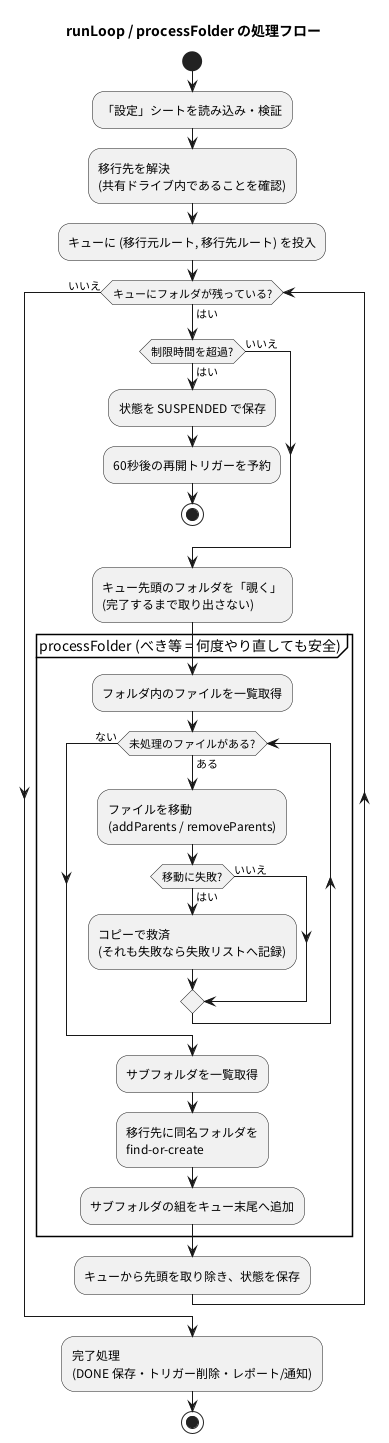
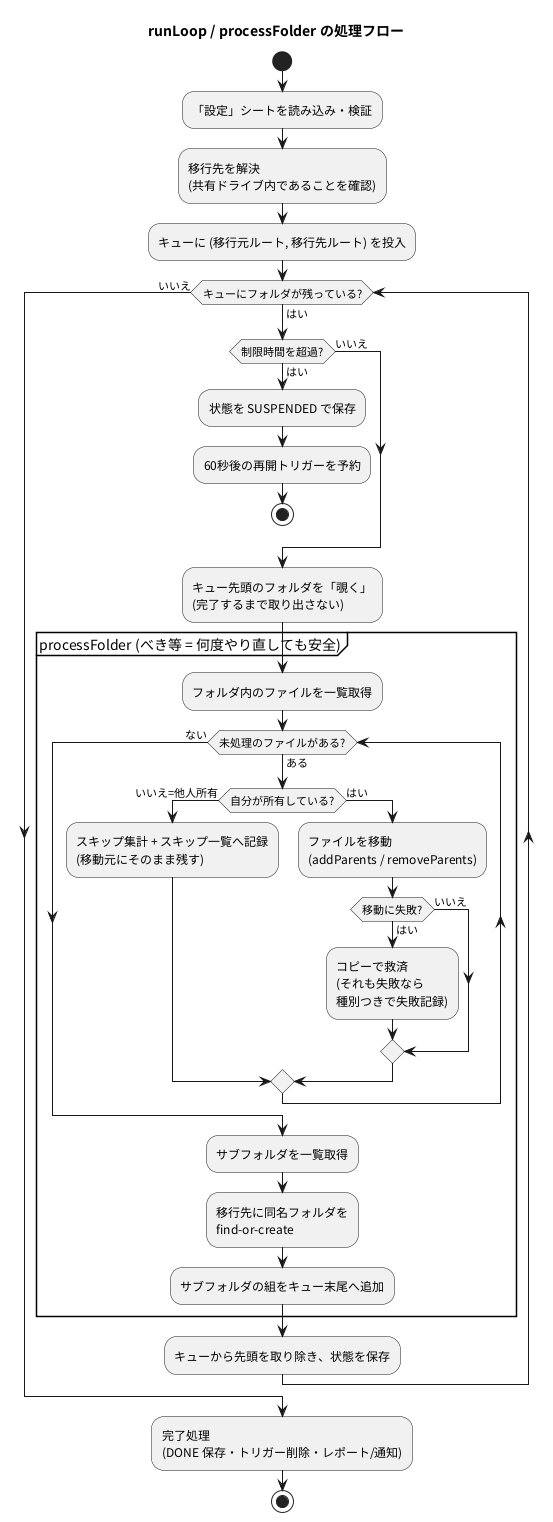
@startuml 05_activity_folder_loop
skinparam defaultFontName "Noto Sans CJK JP"
skinparam backgroundColor #FFFFFF
skinparam shadowing false
title runLoop / processFolder の処理フロー

start
:「設定」シートを読み込み・検証;
:移行先を解決\n(共有ドライブ内であることを確認);
:キューに (移行元ルート, 移行先ルート) を投入;

while (キューにフォルダが残っている?) is (はい)
  if (制限時間を超過?) then (はい)
    :状態を SUSPENDED で保存;
    :60秒後の再開トリガーを予約;
    stop
  else (いいえ)
  endif
  :キュー先頭のフォルダを「覗く」\n(完了するまで取り出さない);
  partition "processFolder (べき等 = 何度やり直しても安全)" {
    :フォルダ内のファイルを一覧取得;
    while (未処理のファイルがある?) is (ある)
-       :ファイルを移動\n(addParents / removeParents);
-       if (移動に失敗?) then (はい)
-         :コピーで救済\n(それも失敗なら失敗リストへ記録);
-       else (いいえ)
+       if (自分が所有している?) then (いいえ=他人所有)
+         :スキップ集計 + スキップ一覧へ記録\n(移動元にそのまま残す);
+       else (はい)
+         :ファイルを移動\n(addParents / removeParents);
+         if (移動に失敗?) then (はい)
+           :コピーで救済\n(それも失敗なら\n種別つきで失敗記録);
+         else (いいえ)
+         endif
      endif
    endwhile (ない)
    :サブフォルダを一覧取得;
    :移行先に同名フォルダを\nfind-or-create;
    :サブフォルダの組をキュー末尾へ追加;
  }
  :キューから先頭を取り除き、状態を保存;
endwhile (いいえ)

:完了処理\n(DONE 保存・トリガー削除・レポート/通知);
stop
@enduml
